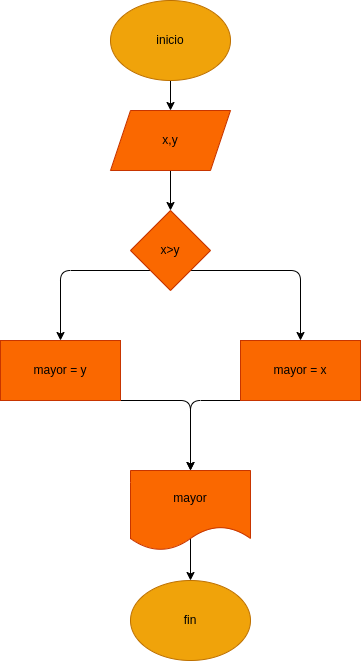
Earlier version of the draw.io export diagrama.png (fernandorangel2024/mayor_2enteros). Source tidied: cells renumbered, new cells last; positions are measured from the earlier drawing's top-left corner, leaving out a move shared by most shapes.
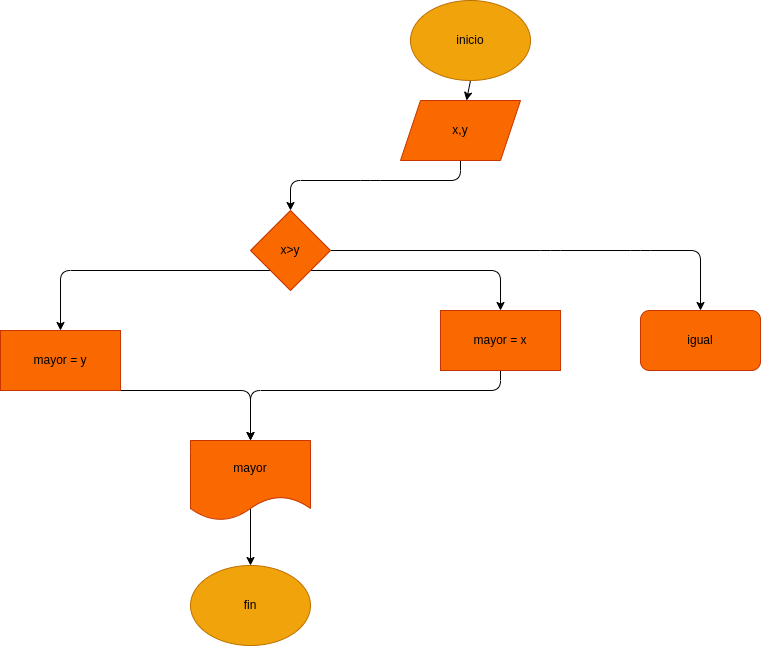
The same file after the commit.

Commit message:
se agregó el programa y el diagrama

What changed in the source:
```diff
@@ -11,7 +11,7 @@
     <mxCell id="4" style="edgeStyle=none;html=1;exitX=1;exitY=1;exitDx=0;exitDy=0;entryX=0.5;entryY=0;entryDx=0;entryDy=0;" parent="1" edge="1" source="6" target="12">
       <mxGeometry relative="1" as="geometry">
         <Array as="points">
-          <mxPoint x="300" y="270" />
+          <mxPoint x="200" y="270" />
         </Array>
       </mxGeometry>
     </mxCell>
@@ -19,46 +19,68 @@
       <mxGeometry relative="1" as="geometry">
         <Array as="points">
           <mxPoint x="60" y="270" />
+          <mxPoint x="-240" y="270" />
         </Array>
       </mxGeometry>
     </mxCell>
+    <mxCell id="16" style="edgeStyle=none;html=1;exitX=1;exitY=0.5;exitDx=0;exitDy=0;" parent="1" edge="1" source="6">
+      <mxGeometry relative="1" as="geometry">
+        <mxPoint x="400" y="310" as="targetPoint" />
+        <Array as="points">
+          <mxPoint x="250" y="250" />
+          <mxPoint x="340" y="250" />
+          <mxPoint x="400" y="250" />
+          <mxPoint x="400" y="310" />
+        </Array>
+      </mxGeometry>
+    </mxCell>
     <mxCell id="6" value="x&amp;gt;y" style="rhombus;whiteSpace=wrap;html=1;fillColor=#fa6800;fontColor=#000000;strokeColor=#C73500;" parent="1" vertex="1">
-      <mxGeometry x="130" y="210" width="80" height="80" as="geometry" />
+      <mxGeometry x="-50" y="210" width="80" height="80" as="geometry" />
     </mxCell>
     <mxCell id="7" style="edgeStyle=none;html=1;exitX=0.5;exitY=1;exitDx=0;exitDy=0;entryX=0.5;entryY=0;entryDx=0;entryDy=0;" parent="1" edge="1" source="8" target="6">
-      <mxGeometry relative="1" as="geometry" />
+      <mxGeometry relative="1" as="geometry">
+        <Array as="points">
+          <mxPoint x="160" y="180" />
+          <mxPoint x="70" y="180" />
+          <mxPoint x="-10" y="180" />
+        </Array>
+      </mxGeometry>
     </mxCell>
     <mxCell id="8" value="x,y" style="shape=parallelogram;perimeter=parallelogramPerimeter;whiteSpace=wrap;html=1;fixedSize=1;fillColor=#fa6800;fontColor=#000000;strokeColor=#C73500;" parent="1" vertex="1">
-      <mxGeometry x="110" y="110" width="120" height="60" as="geometry" />
+      <mxGeometry x="100" y="100" width="120" height="60" as="geometry" />
     </mxCell>
     <mxCell id="9" style="edgeStyle=none;html=1;exitX=0.5;exitY=1;exitDx=0;exitDy=0;entryX=0.5;entryY=0;entryDx=0;entryDy=0;" parent="1" edge="1" source="10" target="14">
       <mxGeometry relative="1" as="geometry">
         <Array as="points">
-          <mxPoint x="190" y="400" />
+          <mxPoint x="-50" y="390" />
         </Array>
       </mxGeometry>
     </mxCell>
     <mxCell id="10" value="mayor = y" style="rounded=0;whiteSpace=wrap;html=1;fillColor=#fa6800;fontColor=#000000;strokeColor=#C73500;" parent="1" vertex="1">
-      <mxGeometry y="340" width="120" height="60" as="geometry" />
+      <mxGeometry x="-300" y="330" width="120" height="60" as="geometry" />
     </mxCell>
     <mxCell id="11" style="edgeStyle=none;html=1;exitX=0.5;exitY=1;exitDx=0;exitDy=0;entryX=0.5;entryY=0;entryDx=0;entryDy=0;" parent="1" edge="1" source="12" target="14">
       <mxGeometry relative="1" as="geometry">
         <Array as="points">
-          <mxPoint x="190" y="400" />
+          <mxPoint x="200" y="390" />
+          <mxPoint x="-50" y="390" />
         </Array>
       </mxGeometry>
     </mxCell>
     <mxCell id="12" value="mayor = x" style="rounded=0;whiteSpace=wrap;html=1;fillColor=#fa6800;fontColor=#000000;strokeColor=#C73500;" parent="1" vertex="1">
-      <mxGeometry x="240" y="340" width="120" height="60" as="geometry" />
+      <mxGeometry x="140" y="310" width="120" height="60" as="geometry" />
     </mxCell>
     <mxCell id="13" style="edgeStyle=none;html=1;exitX=0.5;exitY=0;exitDx=0;exitDy=0;entryX=0.5;entryY=0;entryDx=0;entryDy=0;" parent="1" edge="1" source="14" target="15">
       <mxGeometry relative="1" as="geometry" />
     </mxCell>
     <mxCell id="14" value="mayor" style="shape=document;whiteSpace=wrap;html=1;boundedLbl=1;fillColor=#fa6800;fontColor=#000000;strokeColor=#C73500;" parent="1" vertex="1">
-      <mxGeometry x="130" y="470" width="120" height="80" as="geometry" />
+      <mxGeometry x="-110" y="440" width="120" height="80" as="geometry" />
     </mxCell>
     <mxCell id="15" value="fin" style="ellipse;whiteSpace=wrap;html=1;fillColor=#f0a30a;fontColor=#000000;strokeColor=#BD7000;" parent="1" vertex="1">
-      <mxGeometry x="130" y="580" width="120" height="80" as="geometry" />
+      <mxGeometry x="-110" y="565" width="120" height="80" as="geometry" />
     </mxCell>
+    <mxCell id="17" value="igual" style="rounded=1;whiteSpace=wrap;html=1;fillColor=#fa6800;fontColor=#000000;strokeColor=#C73500;" parent="1" vertex="1">
+      <mxGeometry x="340" y="310" width="120" height="60" as="geometry" />
+    </mxCell>
   </root>
 </mxGraphModel>
```
